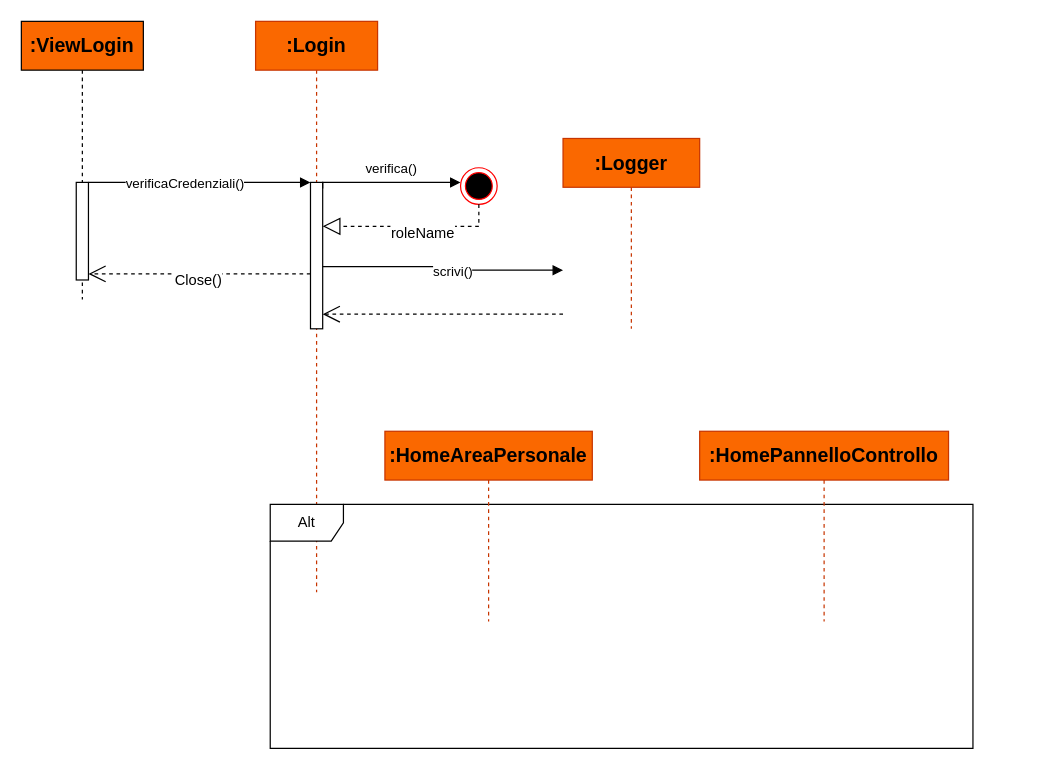
This is DiagrammaSequenzaLogin.drawio from MirkoTonelli/Ing, a draw.io file, before an edit. Source tidied: cells renumbered, new cells numbered last; positions are measured from the earlier drawing's top-left corner, leaving out a move shared by most shapes. Both pictures are drawn from the tidied source at 122%, with x=0, y=0 at pixel (21, 21).
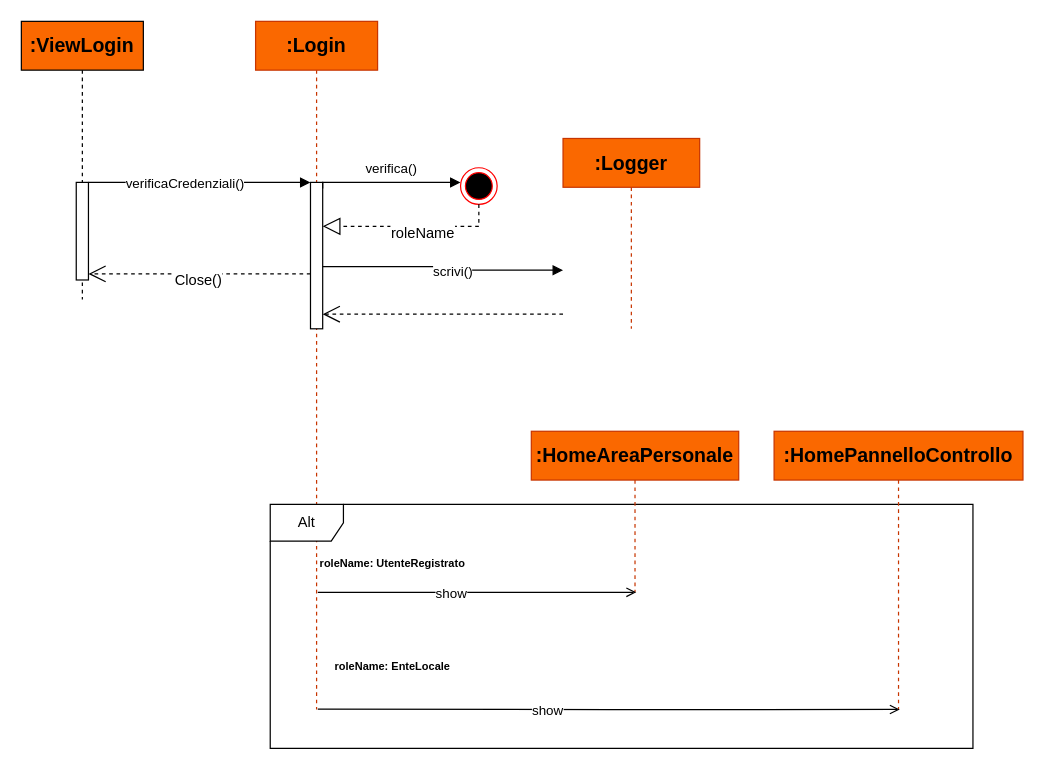
The same diagram, later.

Diff of the diagram source:
```diff
@@
     <mxCell id="4" value=":Login" style="shape=umlLifeline;whiteSpace=wrap;html=1;newEdgeStyle={&quot;curved&quot;:0,&quot;rounded&quot;:0};fillColor=light-dark(#FA6800,#00CC00);fontColor=#000000;strokeColor=light-dark(#C73500,#00CC00);perimeter=rectanglePerimeter;targetShapes=umlLifeline;participant=label;fontStyle=1;fontSize=16;" parent="1" vertex="1">
-      <mxGeometry x="192" width="100" height="468" as="geometry" />
+      <mxGeometry x="192" width="100" height="564" as="geometry" />
     </mxCell>
@@
     <mxCell id="17" value=":HomeAreaPersonale" style="shape=umlLifeline;whiteSpace=wrap;html=1;newEdgeStyle={&quot;curved&quot;:0,&quot;rounded&quot;:0};fillColor=#fa6800;fontColor=#000000;strokeColor=#C73500;perimeter=rectanglePerimeter;targetShapes=umlLifeline;participant=label;fontStyle=1;fontSize=16;" parent="1" vertex="1">
-      <mxGeometry x="298" y="336" width="170" height="156" as="geometry" />
+      <mxGeometry x="418" y="336" width="170" height="132" as="geometry" />
     </mxCell>
     <mxCell id="18" value=":HomePannelloControllo" style="shape=umlLifeline;whiteSpace=wrap;html=1;newEdgeStyle={&quot;curved&quot;:0,&quot;rounded&quot;:0};fillColor=#fa6800;fontColor=#000000;strokeColor=#C73500;perimeter=rectanglePerimeter;targetShapes=umlLifeline;participant=label;fontStyle=1;fontSize=16;" parent="1" vertex="1">
-      <mxGeometry x="556" y="336" width="204" height="156" as="geometry" />
+      <mxGeometry x="617" y="336" width="204" height="228" as="geometry" />
     </mxCell>
+    <mxCell id="19" value="roleName: UtenteRegistrato" style="text;align=center;fontStyle=1;verticalAlign=middle;spacingLeft=3;spacingRight=3;strokeColor=none;html=1;fontSize=9;" parent="1" vertex="1">
+      <mxGeometry x="264" y="432" width="80" height="26" as="geometry" />
+    </mxCell>
+    <mxCell id="20" value="roleName: EnteLocale" style="text;align=center;fontStyle=1;verticalAlign=middle;spacingLeft=3;spacingRight=3;strokeColor=none;html=1;fontSize=9;" parent="1" vertex="1">
+      <mxGeometry x="264" y="516" width="80" height="26" as="geometry" />
+    </mxCell>
+    <mxCell id="21" value="show" style="endArrow=open;endFill=0;html=1;edgeStyle=orthogonalEdgeStyle;align=left;verticalAlign=top;rounded=0;" parent="1" edge="1">
+      <mxGeometry x="-0.27" y="12" relative="1" as="geometry">
+        <mxPoint x="243" y="468" as="sourcePoint" />
+        <mxPoint x="504" y="468" as="targetPoint" />
+      </mxGeometry>
+    </mxCell>
+    <mxCell id="22" value="show" style="endArrow=open;endFill=0;html=1;edgeStyle=orthogonalEdgeStyle;align=left;verticalAlign=top;rounded=0;" parent="1" edge="1">
+      <mxGeometry x="-0.27" y="12" relative="1" as="geometry">
+        <mxPoint x="243" y="563.7" as="sourcePoint" />
+        <mxPoint x="720" y="564" as="targetPoint" />
+      </mxGeometry>
+    </mxCell>
```
